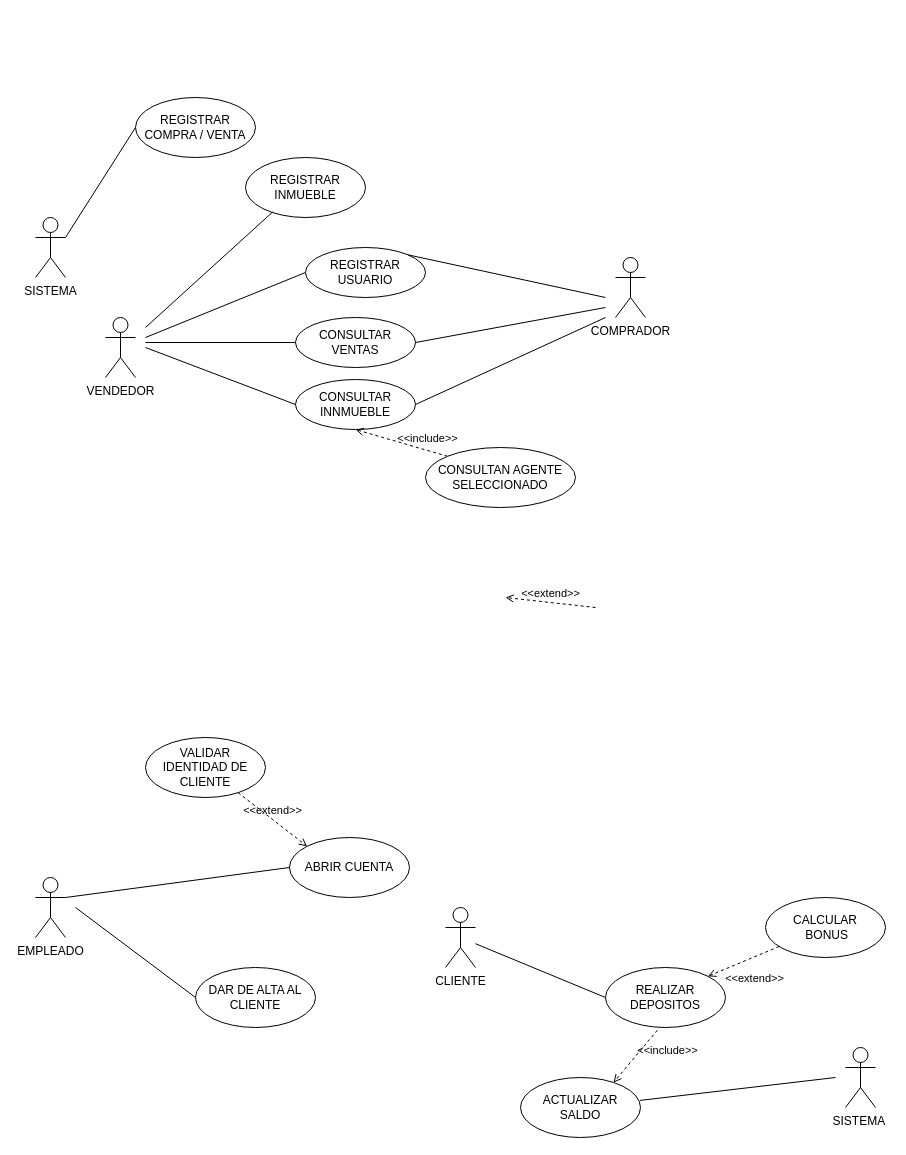
Earlier version of the draw.io diagram Diagrama sin título.drawio (sadr4c/first). Source tidied: cells renumbered, new cells numbered last; positions are measured from the earlier drawing's top-left corner, leaving out a move shared by most shapes. Both pictures are drawn from the tidied source at 100%, with x=0, y=0 at pixel (35, 97).
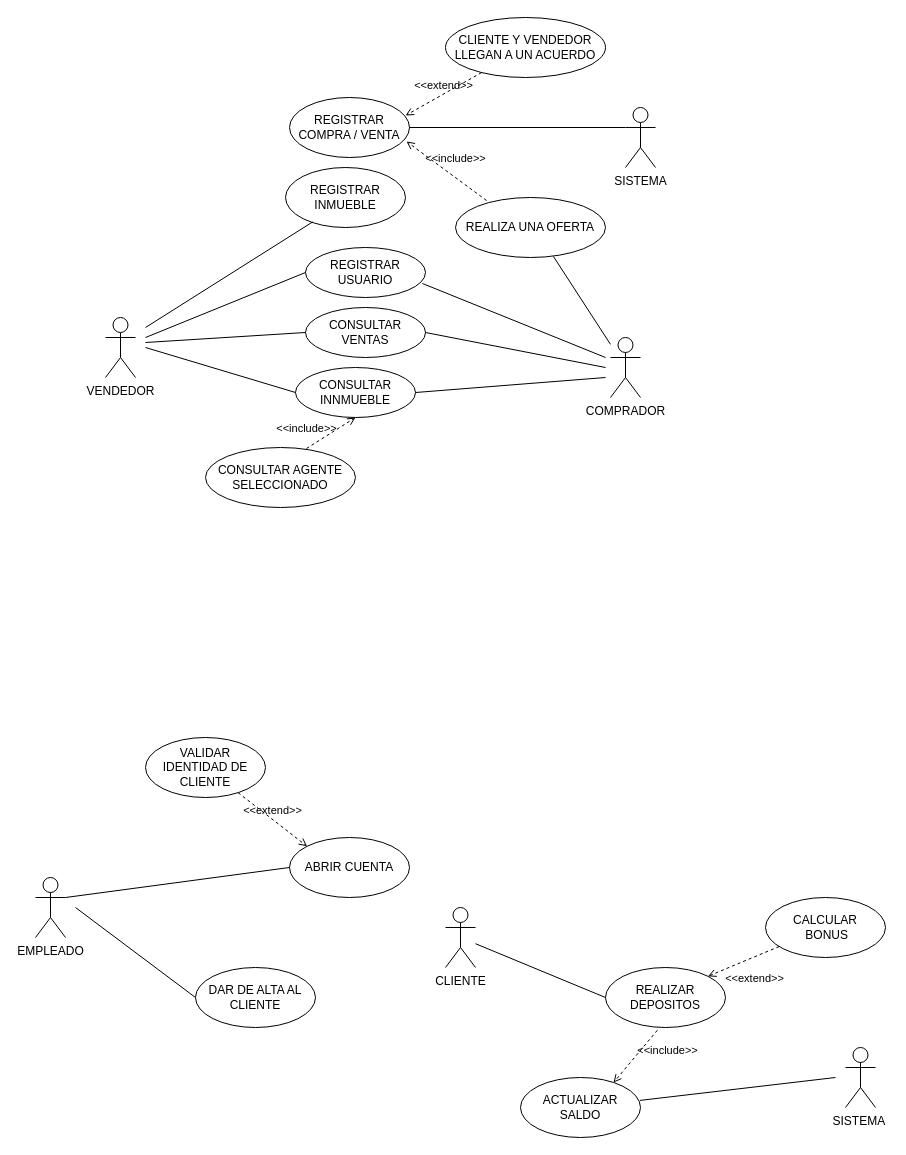
The same diagram, later.

Unchanged cells that the change refers to:
```xml
<mxCell id="2" value="REGISTRAR USUARIO" style="ellipse;whiteSpace=wrap;html=1;" parent="1" vertex="1">
  <mxGeometry x="270" y="150" width="120" height="50" as="geometry" />
</mxCell>
```

The edit, as a diff of the source:
```diff
@@
     <mxCell id="3" value="REGISTRAR INMUEBLE" style="ellipse;whiteSpace=wrap;html=1;" parent="1" vertex="1">
-      <mxGeometry x="210" y="60" width="120" height="60" as="geometry" />
+      <mxGeometry x="250" y="70" width="120" height="60" as="geometry" />
     </mxCell>
     <mxCell id="4" value="CONSULTAR INNMUEBLE" style="ellipse;whiteSpace=wrap;html=1;" parent="1" vertex="1">
-      <mxGeometry x="260" y="282" width="120" height="50" as="geometry" />
+      <mxGeometry x="260" y="270" width="120" height="50" as="geometry" />
     </mxCell>
     <mxCell id="5" value="CONSULTAR VENTAS" style="ellipse;whiteSpace=wrap;html=1;" parent="1" vertex="1">
-      <mxGeometry x="260" y="220" width="120" height="50" as="geometry" />
+      <mxGeometry x="270" y="210" width="120" height="50" as="geometry" />
     </mxCell>
     <mxCell id="6" value="REGISTRAR COMPRA / VENTA" style="ellipse;whiteSpace=wrap;html=1;" parent="1" vertex="1">
-      <mxGeometry x="100" width="120" height="60" as="geometry" />
+      <mxGeometry x="254" width="120" height="60" as="geometry" />
     </mxCell>
@@
     <mxCell id="8" value="COMPRADOR" style="shape=umlActor;verticalLabelPosition=bottom;verticalAlign=top;html=1;outlineConnect=0;" parent="1" vertex="1">
-      <mxGeometry x="580" y="160" width="30" height="60" as="geometry" />
+      <mxGeometry x="575" y="240" width="30" height="60" as="geometry" />
     </mxCell>
@@
-    <mxCell id="11" style="endArrow=none;html=1;rounded=0;entryX=1;entryY=0;entryDx=0;entryDy=0;" parent="1" edge="1" target="2">
+    <mxCell id="11" style="endArrow=none;html=1;rounded=0;entryX=0.975;entryY=0.72;entryDx=0;entryDy=0;entryPerimeter=0;" parent="1" edge="1" target="2">
       <mxGeometry relative="1" as="geometry">
-        <mxPoint x="570" y="200" as="sourcePoint" />
+        <mxPoint x="570" y="260" as="sourcePoint" />
       </mxGeometry>
     </mxCell>
@@
     <mxCell id="13" style="endArrow=none;html=1;rounded=0;exitX=1;exitY=0.5;exitDx=0;exitDy=0;" parent="1" edge="1" source="4">
       <mxGeometry relative="1" as="geometry">
-        <mxPoint x="570" y="220" as="targetPoint" />
+        <mxPoint x="570" y="280" as="targetPoint" />
       </mxGeometry>
     </mxCell>
     <mxCell id="14" style="endArrow=none;html=1;rounded=0;entryX=1;entryY=0.5;entryDx=0;entryDy=0;" parent="1" edge="1" target="5">
       <mxGeometry relative="1" as="geometry">
-        <mxPoint x="570" y="210" as="sourcePoint" />
+        <mxPoint x="570" y="270" as="sourcePoint" />
       </mxGeometry>
     </mxCell>
@@
     <mxCell id="32" value="SISTEMA" style="shape=umlActor;verticalLabelPosition=bottom;verticalAlign=top;html=1;outlineConnect=0;" parent="1" vertex="1">
-      <mxGeometry y="120" width="30" height="60" as="geometry" />
+      <mxGeometry x="590" y="10" width="30" height="60" as="geometry" />
     </mxCell>
-    <mxCell id="33" style="endArrow=none;html=1;rounded=0;entryX=1;entryY=0.3333333333333333;entryDx=0;entryDy=0;exitX=0;exitY=0.5;exitDx=0;exitDy=0;entryPerimeter=0;" parent="1" edge="1" source="6" target="32">
+    <mxCell id="33" style="endArrow=none;html=1;rounded=0;entryX=0;entryY=0.3333333333333333;entryDx=0;entryDy=0;entryPerimeter=0;" parent="1" edge="1" source="6" target="32">
       <mxGeometry relative="1" as="geometry" />
     </mxCell>
-    <mxCell id="34" value="&amp;lt;&amp;lt;include&amp;gt;&amp;gt;" style="html=1;verticalAlign=bottom;labelBackgroundColor=none;endArrow=open;endFill=0;dashed=1;rounded=0;entryX=0.5;entryY=1;entryDx=0;entryDy=0;exitX=0;exitY=0;exitDx=0;exitDy=0;" parent="1" edge="1" source="36" target="4">
-      <mxGeometry x="-0.55" y="-3" relative="1" as="geometry" />
+    <mxCell id="34" value="&amp;lt;&amp;lt;include&amp;gt;&amp;gt;" style="html=1;verticalAlign=bottom;labelBackgroundColor=none;endArrow=open;endFill=0;dashed=1;rounded=0;entryX=0.5;entryY=1;entryDx=0;entryDy=0;exitX=0.673;exitY=0.017;exitDx=0;exitDy=0;exitPerimeter=0;" parent="1" edge="1" source="36" target="4">
+      <mxGeometry x="-0.8" y="9" relative="1" as="geometry" />
     </mxCell>
-    <mxCell id="35" value="&amp;lt;&amp;lt;extend&amp;gt;&amp;gt;" style="html=1;verticalAlign=bottom;labelBackgroundColor=none;endArrow=open;endFill=0;dashed=1;rounded=0;" parent="1" edge="1">
-      <mxGeometry relative="1" as="geometry">
-        <mxPoint x="560" y="510" as="sourcePoint" />
-        <mxPoint x="470" y="500" as="targetPoint" />
-      </mxGeometry>
+    <mxCell id="35" value="&amp;lt;&amp;lt;extend&amp;gt;&amp;gt;" style="html=1;verticalAlign=bottom;labelBackgroundColor=none;endArrow=open;endFill=0;dashed=1;rounded=0;entryX=0.967;entryY=0.3;entryDx=0;entryDy=0;entryPerimeter=0;" parent="1" edge="1" source="37" target="6">
+      <mxGeometry relative="1" as="geometry" />
     </mxCell>
-    <mxCell id="36" value="CONSULTAN AGENTE SELECCIONADO" style="ellipse;whiteSpace=wrap;html=1;" parent="1" vertex="1">
-      <mxGeometry x="390" y="350" width="150" height="60" as="geometry" />
+    <mxCell id="36" value="CONSULTAR AGENTE SELECCIONADO" style="ellipse;whiteSpace=wrap;html=1;" parent="1" vertex="1">
+      <mxGeometry x="170" y="350" width="150" height="60" as="geometry" />
     </mxCell>
+    <mxCell id="37" value="CLIENTE Y VENDEDOR LLEGAN A UN ACUERDO" style="ellipse;whiteSpace=wrap;html=1;" parent="1" vertex="1">
+      <mxGeometry x="410" y="-80" width="160" height="60" as="geometry" />
+    </mxCell>
+    <mxCell id="38" value="REALIZA UNA OFERTA" style="ellipse;whiteSpace=wrap;html=1;" parent="1" vertex="1">
+      <mxGeometry x="420" y="100" width="150" height="60" as="geometry" />
+    </mxCell>
+    <mxCell id="39" value="&amp;lt;&amp;lt;include&amp;gt;&amp;gt;" style="html=1;verticalAlign=bottom;labelBackgroundColor=none;endArrow=open;endFill=0;dashed=1;rounded=0;entryX=0.975;entryY=0.733;entryDx=0;entryDy=0;exitX=0.207;exitY=0.05;exitDx=0;exitDy=0;exitPerimeter=0;entryPerimeter=0;" parent="1" edge="1" source="38" target="6">
+      <mxGeometry x="-0.1" y="-8" relative="1" as="geometry" />
+    </mxCell>
+    <mxCell id="40" style="endArrow=none;html=1;rounded=0;exitX=0.653;exitY=0.983;exitDx=0;exitDy=0;exitPerimeter=0;" parent="1" edge="1" source="38" target="8">
+      <mxGeometry relative="1" as="geometry" />
+    </mxCell>
```
